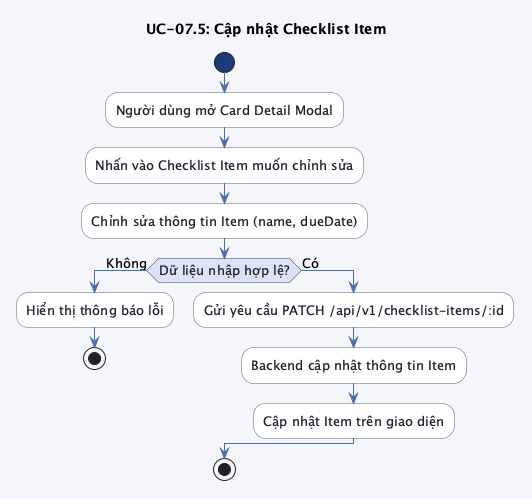
This is src/images/chap3/activity_uc07_5.png from trongnhan34vn/trello-report, a PlantUML export, as it was before one commit. Source of this version:
```plantuml
@startuml activity_uc07_5

skinparam linetype ortho
skinparam defaultFontSize 13
skinparam backgroundColor #f4f6fb
skinparam activity {
    BackgroundColor #ffffff
    BorderColor #5b6279
    FontColor #1e1e2e
    ArrowColor #4a6fa5
    DiamondBackgroundColor #dce3f5
    DiamondBorderColor #1a3a7a
    DiamondFontColor #1e1e2e
    StartColor #1a3a7a
    EndColor #1a3a7a
}

title UC-07.5: Cập nhật Checklist Item

start

:Người dùng mở Card Detail Modal;
:Nhấn vào Checklist Item muốn chỉnh sửa;
:Chỉnh sửa thông tin Item (name, dueDate);

if (Dữ liệu nhập hợp lệ?) then (Không)
    :Hiển thị thông báo lỗi;
    stop
else (Có)
    :Gửi yêu cầu PATCH /api/v1/checklist-items/:id;
    :Backend cập nhật thông tin Item;
    :Cập nhật Item trên giao diện;
endif

stop

@enduml
```
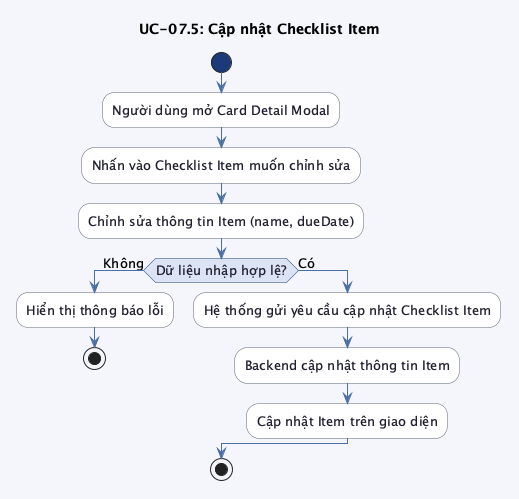
The same file after the commit.

The edit, as a diff of the source:
```diff
@@ -27,7 +27,7 @@
     :Hiển thị thông báo lỗi;
     stop
 else (Có)
-    :Gửi yêu cầu PATCH /api/v1/checklist-items/:id;
+    :Hệ thống gửi yêu cầu cập nhật Checklist Item;
     :Backend cập nhật thông tin Item;
     :Cập nhật Item trên giao diện;
 endif
```
